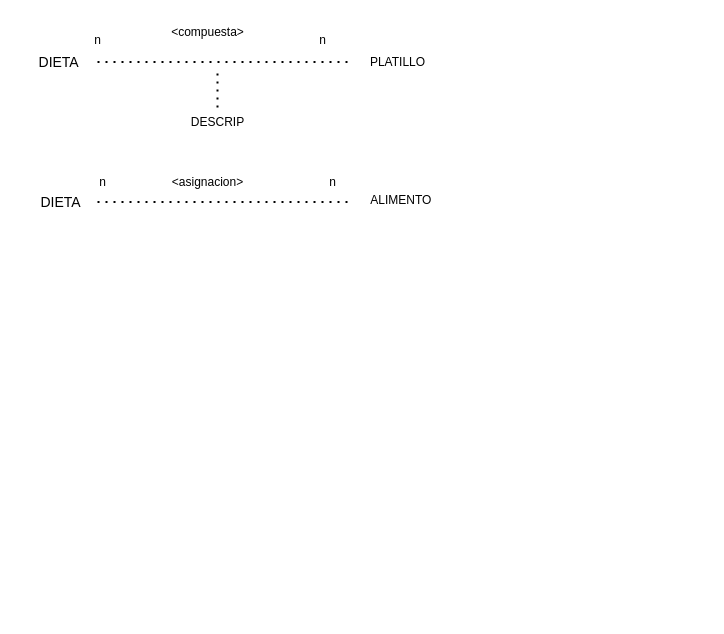
This is page "Page-1" (1 of 3) of BaT3.drawio from NelvaAdalit/BASE-DE-DATOS-2, a draw.io file, before an edit. Source tidied: cells renumbered, new cells numbered last; positions are measured from the earlier drawing's top-left corner, leaving out a move shared by most shapes. Both pictures are drawn from the tidied source at 100%, with x=0, y=0 at pixel (27, 17).
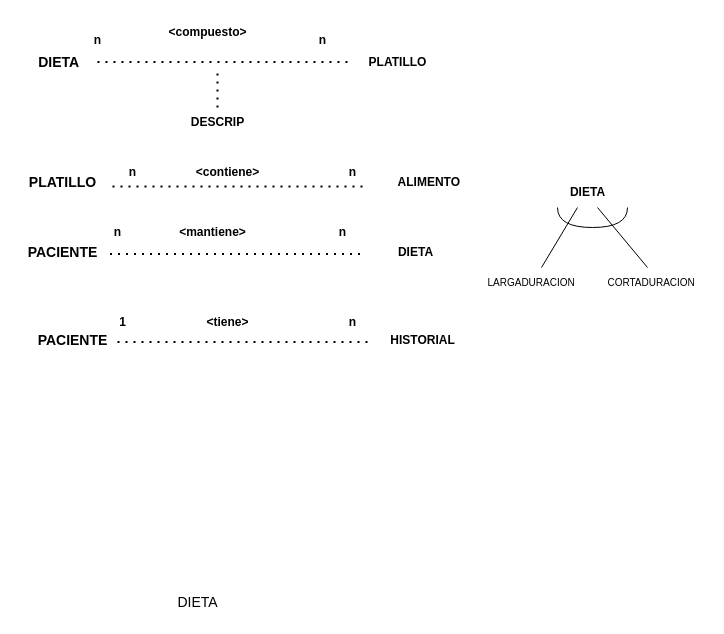
The same diagram, later.

What changed in the source:
```diff
@@
-    <mxCell id="2" value="&lt;font style=&quot;vertical-align: inherit; font-size: 14px;&quot;&gt;&lt;font style=&quot;vertical-align: inherit; font-size: 14px;&quot;&gt;DIETA&amp;nbsp;&amp;nbsp;&lt;/font&gt;&lt;/font&gt;" style="text;html=1;align=center;verticalAlign=middle;strokeColor=none;fillColor=none;fontSize=14;" parent="1" vertex="1">
+    <mxCell id="2" value="&lt;font style=&quot;vertical-align: inherit; font-size: 14px;&quot;&gt;&lt;font style=&quot;vertical-align: inherit; font-size: 14px;&quot;&gt;DIETA&amp;nbsp;&amp;nbsp;&lt;/font&gt;&lt;/font&gt;" style="text;html=1;align=center;verticalAlign=middle;strokeColor=none;fillColor=none;fontSize=14;fontStyle=1;" parent="1" vertex="1">
       <mxGeometry y="30" width="70" height="30" as="geometry" />
     </mxCell>
-    <mxCell id="3" style="endArrow=none;dashed=1;html=1;dashPattern=1 3;strokeWidth=2;rounded=0;" parent="1" edge="1">
+    <mxCell id="3" style="endArrow=none;dashed=1;html=1;dashPattern=1 3;strokeWidth=2;rounded=0;fontStyle=1;" parent="1" edge="1">
       <mxGeometry relative="1" as="geometry">
         <mxPoint x="70" y="44.5" as="sourcePoint" />
         <mxPoint x="320" y="44.5" as="targetPoint" />
       </mxGeometry>
     </mxCell>
-    <mxCell id="4" value="PLATILLO" style="text;html=1;align=center;verticalAlign=middle;strokeColor=none;fillColor=none;" parent="1" vertex="1">
+    <mxCell id="4" value="PLATILLO" style="text;html=1;align=center;verticalAlign=middle;strokeColor=none;fillColor=none;fontStyle=1;" parent="1" vertex="1">
       <mxGeometry x="330" y="30" width="80" height="30" as="geometry" />
     </mxCell>
-    <mxCell id="5" value="n" style="text;html=1;align=center;verticalAlign=middle;strokeColor=none;fillColor=none;" parent="1" vertex="1">
+    <mxCell id="5" value="n" style="text;html=1;align=center;verticalAlign=middle;strokeColor=none;fillColor=none;fontStyle=1;" parent="1" vertex="1">
       <mxGeometry x="55" y="8" width="30" height="30" as="geometry" />
     </mxCell>
-    <mxCell id="6" value="n" style="text;html=1;align=center;verticalAlign=middle;strokeColor=none;fillColor=none;" parent="1" vertex="1">
+    <mxCell id="6" value="n" style="text;html=1;align=center;verticalAlign=middle;strokeColor=none;fillColor=none;fontStyle=1;" parent="1" vertex="1">
       <mxGeometry x="280" y="8" width="30" height="30" as="geometry" />
     </mxCell>
-    <mxCell id="7" value="&amp;lt;compuesta&amp;gt;" style="text;html=1;align=center;verticalAlign=middle;strokeColor=none;fillColor=none;" parent="1" vertex="1">
+    <mxCell id="7" value="&amp;lt;compuesto&amp;gt;" style="text;html=1;align=center;verticalAlign=middle;strokeColor=none;fillColor=none;fontStyle=1;" parent="1" vertex="1">
       <mxGeometry x="130" width="100" height="30" as="geometry" />
     </mxCell>
-    <mxCell id="8" style="endArrow=none;dashed=1;html=1;dashPattern=1 3;strokeWidth=2;rounded=0;" parent="1" edge="1">
+    <mxCell id="8" style="endArrow=none;dashed=1;html=1;dashPattern=1 3;strokeWidth=2;rounded=0;fontStyle=1;" parent="1" edge="1">
       <mxGeometry relative="1" as="geometry">
         <mxPoint x="190" y="90" as="sourcePoint" />
         <mxPoint x="190" y="50" as="targetPoint" />
       </mxGeometry>
     </mxCell>
-    <mxCell id="9" value="DESCRIP" style="text;html=1;align=center;verticalAlign=middle;strokeColor=none;fillColor=none;" parent="1" vertex="1">
+    <mxCell id="9" value="DESCRIP" style="text;html=1;align=center;verticalAlign=middle;strokeColor=none;fillColor=none;fontStyle=1;" parent="1" vertex="1">
       <mxGeometry x="150" y="90" width="80" height="30" as="geometry" />
     </mxCell>
-    <mxCell id="10" value="&lt;font style=&quot;vertical-align: inherit; font-size: 14px;&quot;&gt;&lt;font style=&quot;vertical-align: inherit; font-size: 14px;&quot;&gt;DIETA&amp;nbsp;&lt;/font&gt;&lt;/font&gt;" style="text;html=1;align=center;verticalAlign=middle;strokeColor=none;fillColor=none;fontSize=14;" parent="1" vertex="1">
-      <mxGeometry y="170" width="70" height="30" as="geometry" />
-    </mxCell>
-    <mxCell id="11" style="endArrow=none;dashed=1;html=1;dashPattern=1 3;strokeWidth=2;rounded=0;" parent="1" edge="1">
-      <mxGeometry relative="1" as="geometry">
-        <mxPoint x="70" y="184.5" as="sourcePoint" />
-        <mxPoint x="320" y="184.5" as="targetPoint" />
-      </mxGeometry>
-    </mxCell>
+    <mxCell id="16" value="PACIENTE" style="text;html=1;align=center;verticalAlign=middle;strokeColor=none;fillColor=none;fontSize=14;fontStyle=1;" parent="1" vertex="1">
+      <mxGeometry x="-10" y="220" width="90" height="30" as="geometry" />
+    </mxCell>
+    <mxCell id="17" style="endArrow=none;dashed=1;html=1;dashPattern=1 3;strokeWidth=2;rounded=0;fontStyle=1;" parent="1" edge="1">
+      <mxGeometry relative="1" as="geometry">
+        <mxPoint x="82.5" y="236.5" as="sourcePoint" />
+        <mxPoint x="332.5" y="236.5" as="targetPoint" />
+      </mxGeometry>
+    </mxCell>
+    <mxCell id="18" value="DIETA" style="text;html=1;align=center;verticalAlign=middle;strokeColor=none;fillColor=none;fontStyle=1;" parent="1" vertex="1">
+      <mxGeometry x="357.5" y="220" width="60" height="30" as="geometry" />
+    </mxCell>
+    <mxCell id="19" value="n" style="text;html=1;align=center;verticalAlign=middle;strokeColor=none;fillColor=none;fontStyle=1;" parent="1" vertex="1">
+      <mxGeometry x="75" y="200" width="30" height="30" as="geometry" />
+    </mxCell>
+    <mxCell id="20" value="n" style="text;html=1;align=center;verticalAlign=middle;strokeColor=none;fillColor=none;fontStyle=1;" parent="1" vertex="1">
+      <mxGeometry x="300" y="200" width="30" height="30" as="geometry" />
+    </mxCell>
+    <mxCell id="21" value="&amp;lt;tiene&amp;gt;" style="text;html=1;align=center;verticalAlign=middle;strokeColor=none;fillColor=none;fontStyle=1;" parent="1" vertex="1">
+      <mxGeometry x="170" y="290" width="60" height="30" as="geometry" />
+    </mxCell>
+    <mxCell id="22" value="&lt;font style=&quot;vertical-align: inherit; font-size: 14px;&quot;&gt;&lt;font style=&quot;vertical-align: inherit; font-size: 14px;&quot;&gt;PLATILLO&lt;/font&gt;&lt;/font&gt;" style="text;html=1;align=center;verticalAlign=middle;strokeColor=none;fillColor=none;fontSize=14;fontStyle=1;" parent="1" vertex="1">
+      <mxGeometry x="-10" y="150" width="90" height="30" as="geometry" />
+    </mxCell>
+    <mxCell id="23" style="endArrow=none;dashed=1;html=1;dashPattern=1 3;strokeWidth=2;rounded=0;fontStyle=1;" parent="1" edge="1">
+      <mxGeometry relative="1" as="geometry">
+        <mxPoint x="85" y="169" as="sourcePoint" />
+        <mxPoint x="335" y="169" as="targetPoint" />
+      </mxGeometry>
+    </mxCell>
-    <mxCell id="12" value="ALIMENTO&amp;nbsp;" style="text;html=1;align=center;verticalAlign=middle;strokeColor=none;fillColor=none;" parent="1" vertex="1">
-      <mxGeometry x="330" y="168" width="90" height="30" as="geometry" />
+    <mxCell id="12" value="ALIMENTO&amp;nbsp;" style="text;html=1;align=center;verticalAlign=middle;strokeColor=none;fillColor=none;fontStyle=1;" parent="1" vertex="1">
+      <mxGeometry x="357.5" y="150" width="90" height="30" as="geometry" />
     </mxCell>
-    <mxCell id="13" value="n" style="text;html=1;align=center;verticalAlign=middle;strokeColor=none;fillColor=none;" parent="1" vertex="1">
-      <mxGeometry x="60" y="150" width="30" height="30" as="geometry" />
-    </mxCell>
-    <mxCell id="14" value="n" style="text;html=1;align=center;verticalAlign=middle;strokeColor=none;fillColor=none;" parent="1" vertex="1">
-      <mxGeometry x="290" y="150" width="30" height="30" as="geometry" />
-    </mxCell>
-    <mxCell id="15" value="&amp;lt;asignacion&amp;gt;" style="text;html=1;align=center;verticalAlign=middle;strokeColor=none;fillColor=none;" parent="1" vertex="1">
-      <mxGeometry x="135" y="150" width="90" height="30" as="geometry" />
-    </mxCell>
+    <mxCell id="24" value="n" style="text;html=1;align=center;verticalAlign=middle;strokeColor=none;fillColor=none;fontStyle=1;" parent="1" vertex="1">
+      <mxGeometry x="90" y="140" width="30" height="30" as="geometry" />
+    </mxCell>
+    <mxCell id="25" value="n" style="text;html=1;align=center;verticalAlign=middle;strokeColor=none;fillColor=none;fontStyle=1;" parent="1" vertex="1">
+      <mxGeometry x="310" y="140" width="30" height="30" as="geometry" />
+    </mxCell>
+    <mxCell id="26" value="&amp;lt;contiene&amp;gt;" style="text;html=1;align=center;verticalAlign=middle;strokeColor=none;fillColor=none;fontStyle=1;" parent="1" vertex="1">
+      <mxGeometry x="160" y="140" width="80" height="30" as="geometry" />
+    </mxCell>
+    <mxCell id="27" value="&lt;font style=&quot;vertical-align: inherit; font-size: 14px;&quot;&gt;&lt;font style=&quot;vertical-align: inherit; font-size: 14px;&quot;&gt;PACIENTE&lt;/font&gt;&lt;/font&gt;" style="text;html=1;align=center;verticalAlign=middle;strokeColor=none;fillColor=none;fontSize=14;fontStyle=1;" parent="1" vertex="1">
+      <mxGeometry y="308" width="90" height="30" as="geometry" />
+    </mxCell>
+    <mxCell id="28" style="endArrow=none;dashed=1;html=1;dashPattern=1 3;strokeWidth=2;rounded=0;fontStyle=1;" parent="1" edge="1">
+      <mxGeometry relative="1" as="geometry">
+        <mxPoint x="90" y="324.5" as="sourcePoint" />
+        <mxPoint x="340" y="324.5" as="targetPoint" />
+      </mxGeometry>
+    </mxCell>
+    <mxCell id="29" value="HISTORIAL" style="text;html=1;align=center;verticalAlign=middle;strokeColor=none;fillColor=none;fontStyle=1;" parent="1" vertex="1">
+      <mxGeometry x="350" y="308" width="90" height="30" as="geometry" />
+    </mxCell>
+    <mxCell id="30" value="1" style="text;html=1;align=center;verticalAlign=middle;strokeColor=none;fillColor=none;fontStyle=1;" parent="1" vertex="1">
+      <mxGeometry x="80" y="290" width="30" height="30" as="geometry" />
+    </mxCell>
+    <mxCell id="31" value="n" style="text;html=1;align=center;verticalAlign=middle;strokeColor=none;fillColor=none;fontStyle=1;" parent="1" vertex="1">
+      <mxGeometry x="310" y="290" width="30" height="30" as="geometry" />
+    </mxCell>
+    <mxCell id="32" value="&amp;lt;mantiene&amp;gt;" style="text;html=1;align=center;verticalAlign=middle;strokeColor=none;fillColor=none;fontStyle=1;" parent="1" vertex="1">
+      <mxGeometry x="140" y="200" width="90" height="30" as="geometry" />
+    </mxCell>
+    <mxCell id="33" value="DIETA" style="text;html=1;align=center;verticalAlign=middle;strokeColor=none;fillColor=none;fontSize=14;" parent="1" vertex="1">
+      <mxGeometry x="140" y="570" width="60" height="30" as="geometry" />
+    </mxCell>
+    <mxCell id="34" style="endArrow=none;html=1;rounded=0;" parent="1" edge="1" source="39">
+      <mxGeometry relative="1" as="geometry">
+        <mxPoint x="550" y="190" as="targetPoint" />
+      </mxGeometry>
+    </mxCell>
+    <mxCell id="35" style="endArrow=none;html=1;rounded=0;" parent="1" edge="1">
+      <mxGeometry relative="1" as="geometry">
+        <mxPoint x="570" y="190" as="sourcePoint" />
+        <mxPoint x="620" y="250" as="targetPoint" />
+      </mxGeometry>
+    </mxCell>
+    <mxCell id="36" style="shape=requiredInterface;html=1;verticalLabelPosition=bottom;sketch=0;direction=south;fontStyle=1;fontSize=14;" parent="1" vertex="1">
+      <mxGeometry x="530" y="190" width="70" height="20" as="geometry" />
+    </mxCell>
+    <mxCell id="37" value="DIETA" style="text;html=1;align=center;verticalAlign=middle;strokeColor=none;fillColor=none;fontStyle=1;" parent="1" vertex="1">
+      <mxGeometry x="530" y="160" width="60" height="30" as="geometry" />
+    </mxCell>
+    <mxCell id="38" value="&lt;span style=&quot;font-size: 10px; line-height: 107%;&quot;&gt;CORTADURACION&amp;nbsp;&lt;/span&gt;" style="text;html=1;align=center;verticalAlign=middle;strokeColor=none;fillColor=none;fontSize=10;" parent="1" vertex="1">
+      <mxGeometry x="570" y="250" width="110" height="30" as="geometry" />
+    </mxCell>
+    <mxCell id="39" value="&lt;span style=&quot;font-size: 10px; line-height: 107%;&quot;&gt;LARGADURACION&amp;nbsp;&lt;/span&gt;" style="text;html=1;align=center;verticalAlign=middle;points=[];strokeColor=none;fillColor=none;fontSize=10;" parent="1" vertex="1">
+      <mxGeometry x="450" y="250" width="110" height="30" as="geometry" />
+    </mxCell>
```
